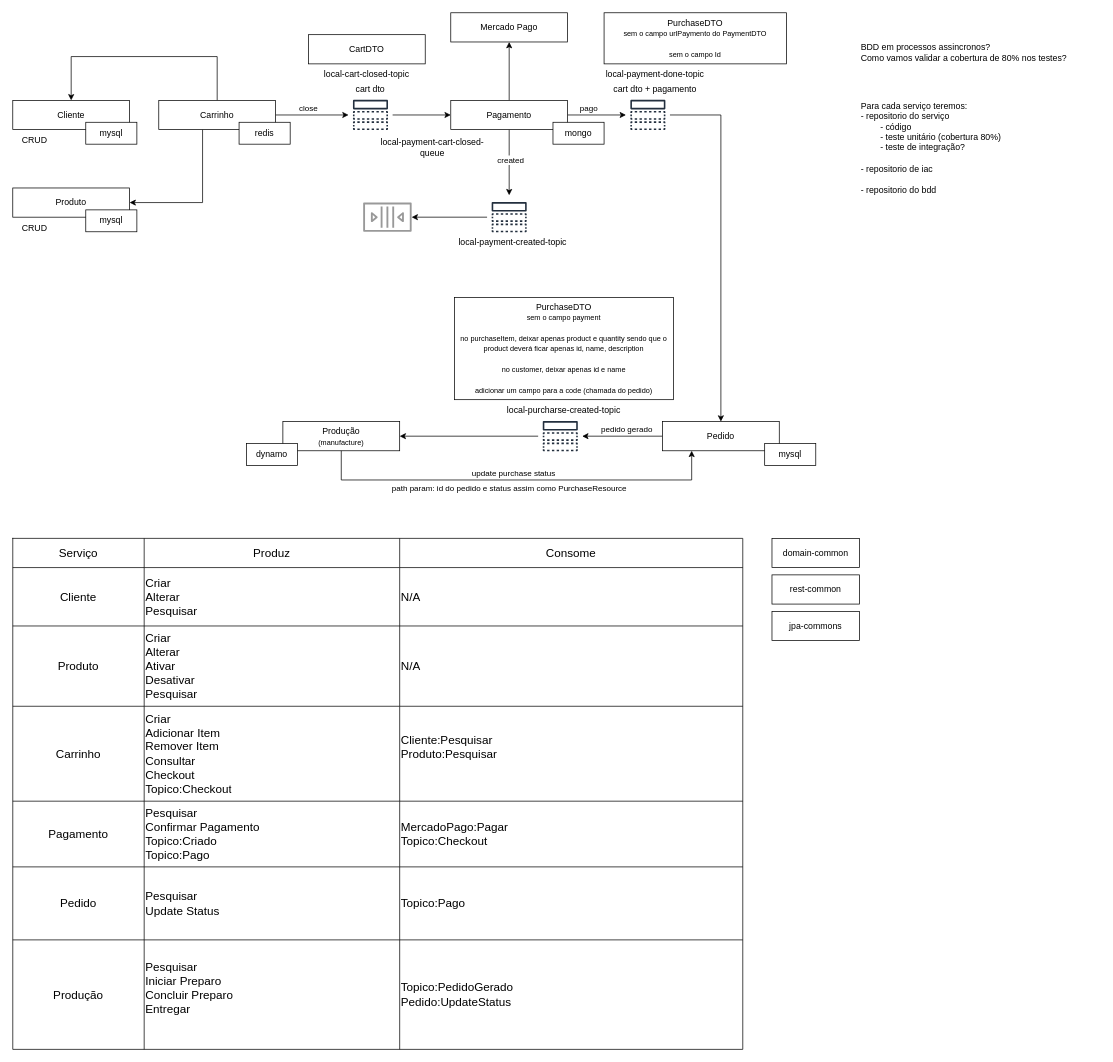
Earlier version of the draw.io diagram page "microservices" (7 of 14) of documentation/tech-challenge-architecture.drawio (fiap-postech/tech-chalenge). Source tidied: cells renumbered, new cells numbered last; positions are measured from the earlier drawing's top-left corner, leaving out a move shared by most shapes. Both pictures are drawn from the tidied source at 73%, with x=0, y=0 at pixel (12, 12).
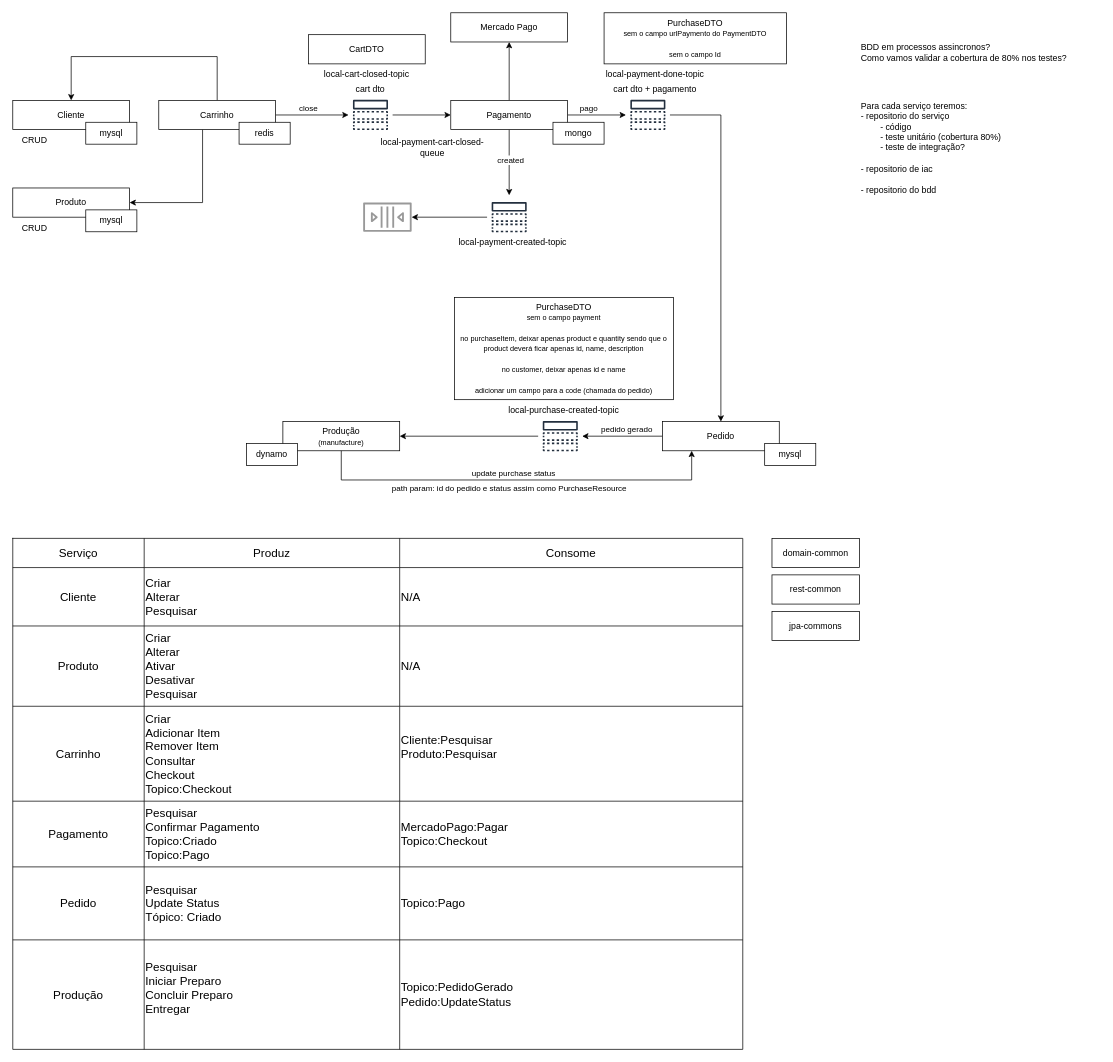
After the change.

The change refers to these unchanged cells:
```xml
<mxCell id="38" style="shape=tableRow;horizontal=0;startSize=0;swimlaneHead=0;swimlaneBody=0;strokeColor=inherit;top=0;left=0;bottom=0;right=0;fillColor=none;fontSize=16;" parent="17" vertex="1">
  <mxGeometry y="450" width="1000" height="100" as="geometry" />
</mxCell>
```

Diff of the diagram source:
```diff
@@
-    <mxCell id="40" value="Pesquisar&lt;br&gt;Update Status" style="shape=partialRectangle;html=1;whiteSpace=wrap;strokeColor=inherit;overflow=hidden;fillColor=none;top=0;left=0;bottom=0;right=0;fontSize=16;align=left;" parent="38" vertex="1">
+    <mxCell id="40" value="Pesquisar&lt;br&gt;Update Status&lt;br&gt;Tópico: Criado" style="shape=partialRectangle;html=1;whiteSpace=wrap;strokeColor=inherit;overflow=hidden;fillColor=none;top=0;left=0;bottom=0;right=0;fontSize=16;align=left;" parent="38" vertex="1">
       <mxGeometry x="180" width="350" height="100" as="geometry" />
     </mxCell>
@@
-    <mxCell id="77" value="local-purcharse-created-topic" style="text;html=1;strokeColor=none;fillColor=none;align=center;verticalAlign=middle;whiteSpace=wrap;rounded=0;" parent="1" vertex="1">
+    <mxCell id="77" value="local-purchase-created-topic" style="text;html=1;strokeColor=none;fillColor=none;align=center;verticalAlign=middle;whiteSpace=wrap;rounded=0;" parent="1" vertex="1">
       <mxGeometry x="670" y="530" width="170" height="30" as="geometry" />
     </mxCell>
```
